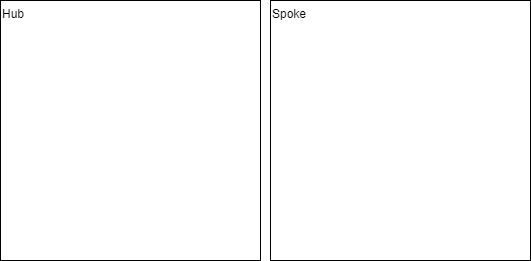
Above: architecture.drawio.png in piizei/azure-springapp-starter (draw.io), before the change. Source tidied: cells renumbered, new cells last; positions are measured from the earlier drawing's top-left corner, leaving out a move shared by most shapes. The source it was exported from:
```xml
<mxGraphModel>
  <root>
    <mxCell id="0" />
    <mxCell id="1" parent="0" />
    <mxCell id="2" value="Hub" style="whiteSpace=wrap;html=1;align=left;verticalAlign=top;" parent="1" vertex="1">
      <mxGeometry width="260" height="260" as="geometry" />
    </mxCell>
    <mxCell id="3" value="Spoke" style="whiteSpace=wrap;html=1;align=left;verticalAlign=top;" parent="1" vertex="1">
      <mxGeometry x="270" width="260" height="260" as="geometry" />
    </mxCell>
  </root>
</mxGraphModel>
```
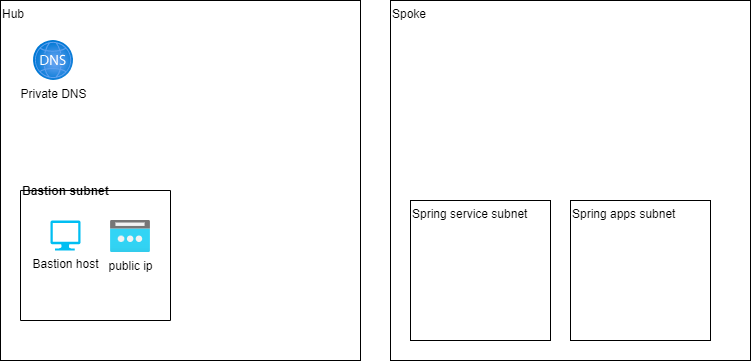
Later version of the same file.

What changed in the source:
```diff
@@ -3,10 +3,28 @@
     <mxCell id="0" />
     <mxCell id="1" parent="0" />
     <mxCell id="2" value="Hub" style="whiteSpace=wrap;html=1;align=left;verticalAlign=top;" parent="1" vertex="1">
-      <mxGeometry width="260" height="260" as="geometry" />
+      <mxGeometry width="360" height="360" as="geometry" />
     </mxCell>
     <mxCell id="3" value="Spoke" style="whiteSpace=wrap;html=1;align=left;verticalAlign=top;" parent="1" vertex="1">
-      <mxGeometry x="270" width="260" height="260" as="geometry" />
+      <mxGeometry x="390" width="360" height="360" as="geometry" />
     </mxCell>
+    <mxCell id="4" value="Bastion subnet" style="swimlane;startSize=0;sketch=0;align=left;" parent="1" vertex="1">
+      <mxGeometry x="20" y="190" width="150" height="130" as="geometry" />
+    </mxCell>
+    <mxCell id="5" value="Bastion host" style="verticalLabelPosition=bottom;html=1;verticalAlign=top;align=center;strokeColor=none;fillColor=#00BEF2;shape=mxgraph.azure.computer;sketch=0;" parent="4" vertex="1">
+      <mxGeometry x="30" y="30" width="30" height="30" as="geometry" />
+    </mxCell>
+    <mxCell id="6" value="public ip" style="html=1;align=center;image;fontSize=12;image=img/lib/azure2/networking/Public_IP_Addresses.svg;sketch=0;" parent="4" vertex="1">
+      <mxGeometry x="90" y="30" width="40" height="32" as="geometry" />
+    </mxCell>
+    <mxCell id="7" value="Private DNS" style="html=1;align=center;image;fontSize=12;image=img/lib/azure2/networking/DNS_Zones.svg;sketch=0;" parent="1" vertex="1">
+      <mxGeometry x="33" y="40" width="40" height="40" as="geometry" />
+    </mxCell>
+    <mxCell id="8" value="Spring service subnet" style="whiteSpace=wrap;html=1;sketch=0;align=left;verticalAlign=top;" parent="1" vertex="1">
+      <mxGeometry x="410" y="200" width="140" height="140" as="geometry" />
+    </mxCell>
+    <mxCell id="9" value="Spring apps subnet" style="whiteSpace=wrap;html=1;sketch=0;align=left;verticalAlign=top;" parent="1" vertex="1">
+      <mxGeometry x="570" y="200" width="140" height="140" as="geometry" />
+    </mxCell>
   </root>
 </mxGraphModel>
```
